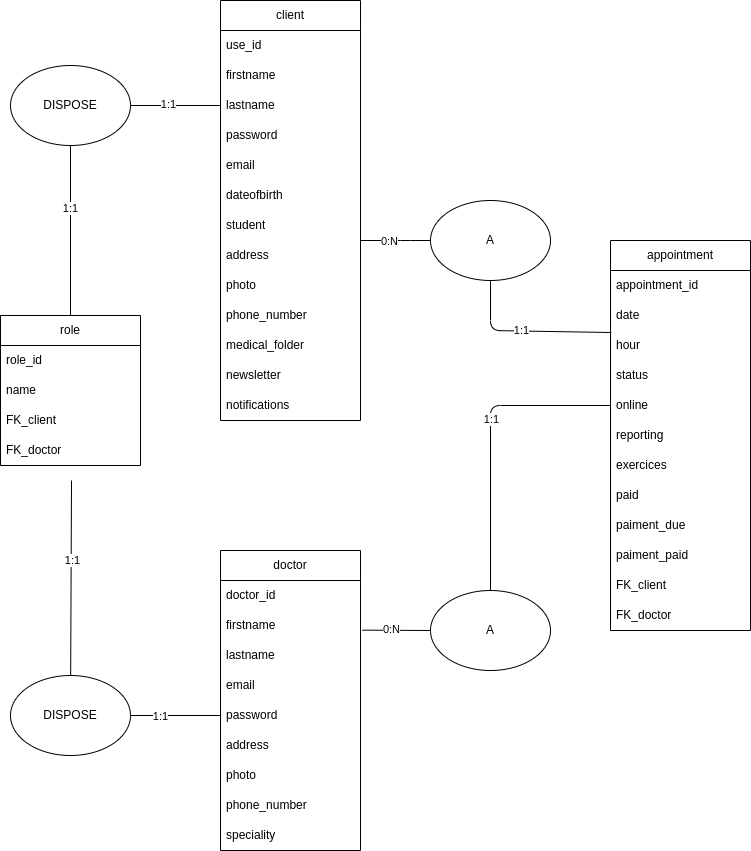
AlexSearha/KL-sophro-React-Back keeps this draw.io diagram as mld/model logique de données.png. Above is the earlier version. Source tidied: cells renumbered, new cells last; positions are measured from the earlier drawing's top-left corner, leaving out a move shared by most shapes. Source of this version:
```xml
<mxGraphModel>
  <root>
    <mxCell id="0" />
    <mxCell id="1" parent="0" />
    <mxCell id="2" value="client" style="swimlane;fontStyle=0;horizontal=1;startSize=30;whiteSpace=wrap;html=1;" parent="1" vertex="1">
      <mxGeometry x="220" width="140" height="420" as="geometry" />
    </mxCell>
    <mxCell id="3" value="use_id" style="text;strokeColor=none;fillColor=none;align=left;verticalAlign=middle;spacingLeft=4;spacingRight=4;overflow=hidden;whiteSpace=wrap;html=1;" parent="2" vertex="1">
      <mxGeometry y="30" width="140" height="30" as="geometry" />
    </mxCell>
    <mxCell id="4" value="firstname" style="text;strokeColor=none;fillColor=none;align=left;verticalAlign=middle;spacingLeft=4;spacingRight=4;overflow=hidden;whiteSpace=wrap;html=1;" parent="2" vertex="1">
      <mxGeometry y="60" width="140" height="30" as="geometry" />
    </mxCell>
    <mxCell id="5" value="lastname" style="text;strokeColor=none;fillColor=none;align=left;verticalAlign=middle;spacingLeft=4;spacingRight=4;overflow=hidden;points=[[0,0.5],[1,0.5]];portConstraint=eastwest;whiteSpace=wrap;html=1;" parent="2" vertex="1">
      <mxGeometry y="90" width="140" height="30" as="geometry" />
    </mxCell>
    <mxCell id="6" value="password" style="text;strokeColor=none;fillColor=none;align=left;verticalAlign=middle;spacingLeft=4;spacingRight=4;overflow=hidden;whiteSpace=wrap;html=1;" parent="2" vertex="1">
      <mxGeometry y="120" width="140" height="30" as="geometry" />
    </mxCell>
    <mxCell id="7" value="email" style="text;strokeColor=none;fillColor=none;align=left;verticalAlign=middle;spacingLeft=4;spacingRight=4;overflow=hidden;whiteSpace=wrap;html=1;" parent="2" vertex="1">
      <mxGeometry y="150" width="140" height="30" as="geometry" />
    </mxCell>
    <mxCell id="8" value="dateofbirth" style="text;strokeColor=none;fillColor=none;align=left;verticalAlign=middle;spacingLeft=4;spacingRight=4;overflow=hidden;whiteSpace=wrap;html=1;" parent="2" vertex="1">
      <mxGeometry y="180" width="140" height="30" as="geometry" />
    </mxCell>
    <mxCell id="9" value="student" style="text;strokeColor=none;fillColor=none;align=left;verticalAlign=middle;spacingLeft=4;spacingRight=4;overflow=hidden;whiteSpace=wrap;html=1;" parent="2" vertex="1">
      <mxGeometry y="210" width="140" height="30" as="geometry" />
    </mxCell>
    <mxCell id="10" value="address" style="text;strokeColor=none;fillColor=none;align=left;verticalAlign=middle;spacingLeft=4;spacingRight=4;overflow=hidden;points=[[0,0.5],[1,0.5]];portConstraint=eastwest;whiteSpace=wrap;html=1;" parent="2" vertex="1">
      <mxGeometry y="240" width="140" height="30" as="geometry" />
    </mxCell>
    <mxCell id="11" value="photo" style="text;strokeColor=none;fillColor=none;align=left;verticalAlign=middle;spacingLeft=4;spacingRight=4;overflow=hidden;whiteSpace=wrap;html=1;" parent="2" vertex="1">
      <mxGeometry y="270" width="140" height="30" as="geometry" />
    </mxCell>
    <mxCell id="12" value="phone_number" style="text;strokeColor=none;fillColor=none;align=left;verticalAlign=middle;spacingLeft=4;spacingRight=4;overflow=hidden;whiteSpace=wrap;html=1;" parent="2" vertex="1">
      <mxGeometry y="300" width="140" height="30" as="geometry" />
    </mxCell>
    <mxCell id="13" value="medical_folder" style="text;strokeColor=none;fillColor=none;align=left;verticalAlign=middle;spacingLeft=4;spacingRight=4;overflow=hidden;whiteSpace=wrap;html=1;" parent="2" vertex="1">
      <mxGeometry y="330" width="140" height="30" as="geometry" />
    </mxCell>
    <mxCell id="14" value="newsletter" style="text;strokeColor=none;fillColor=none;align=left;verticalAlign=middle;spacingLeft=4;spacingRight=4;overflow=hidden;whiteSpace=wrap;html=1;" parent="2" vertex="1">
      <mxGeometry y="360" width="140" height="30" as="geometry" />
    </mxCell>
    <mxCell id="15" value="notifications" style="text;strokeColor=none;fillColor=none;align=left;verticalAlign=middle;spacingLeft=4;spacingRight=4;overflow=hidden;whiteSpace=wrap;html=1;" parent="2" vertex="1">
      <mxGeometry y="390" width="140" height="30" as="geometry" />
    </mxCell>
    <mxCell id="16" value="doctor" style="swimlane;fontStyle=0;horizontal=1;startSize=30;whiteSpace=wrap;html=1;" parent="1" vertex="1">
      <mxGeometry x="220" y="550" width="140" height="300" as="geometry" />
    </mxCell>
    <mxCell id="17" value="doctor_id" style="text;strokeColor=none;fillColor=none;align=left;verticalAlign=middle;spacingLeft=4;spacingRight=4;overflow=hidden;whiteSpace=wrap;html=1;" parent="16" vertex="1">
      <mxGeometry y="30" width="140" height="30" as="geometry" />
    </mxCell>
    <mxCell id="18" value="firstname" style="text;strokeColor=none;fillColor=none;align=left;verticalAlign=middle;spacingLeft=4;spacingRight=4;overflow=hidden;points=[[0,0.5],[1,0.5]];portConstraint=eastwest;whiteSpace=wrap;html=1;" parent="16" vertex="1">
      <mxGeometry y="60" width="140" height="30" as="geometry" />
    </mxCell>
    <mxCell id="19" value="lastname" style="text;strokeColor=none;fillColor=none;align=left;verticalAlign=middle;spacingLeft=4;spacingRight=4;overflow=hidden;whiteSpace=wrap;html=1;" parent="16" vertex="1">
      <mxGeometry y="90" width="140" height="30" as="geometry" />
    </mxCell>
    <mxCell id="20" value="email" style="text;strokeColor=none;fillColor=none;align=left;verticalAlign=middle;spacingLeft=4;spacingRight=4;overflow=hidden;whiteSpace=wrap;html=1;" parent="16" vertex="1">
      <mxGeometry y="120" width="140" height="30" as="geometry" />
    </mxCell>
    <mxCell id="21" value="password" style="text;strokeColor=none;fillColor=none;align=left;verticalAlign=middle;spacingLeft=4;spacingRight=4;overflow=hidden;points=[[0,0.5],[1,0.5]];portConstraint=eastwest;whiteSpace=wrap;html=1;" parent="16" vertex="1">
      <mxGeometry y="150" width="140" height="30" as="geometry" />
    </mxCell>
    <mxCell id="22" value="address" style="text;strokeColor=none;fillColor=none;align=left;verticalAlign=middle;spacingLeft=4;spacingRight=4;overflow=hidden;whiteSpace=wrap;html=1;" parent="16" vertex="1">
      <mxGeometry y="180" width="140" height="30" as="geometry" />
    </mxCell>
    <mxCell id="23" value="photo" style="text;strokeColor=none;fillColor=none;align=left;verticalAlign=middle;spacingLeft=4;spacingRight=4;overflow=hidden;whiteSpace=wrap;html=1;" parent="16" vertex="1">
      <mxGeometry y="210" width="140" height="30" as="geometry" />
    </mxCell>
    <mxCell id="24" value="phone_number" style="text;strokeColor=none;fillColor=none;align=left;verticalAlign=middle;spacingLeft=4;spacingRight=4;overflow=hidden;whiteSpace=wrap;html=1;" parent="16" vertex="1">
      <mxGeometry y="240" width="140" height="30" as="geometry" />
    </mxCell>
    <mxCell id="25" value="speciality" style="text;strokeColor=none;fillColor=none;align=left;verticalAlign=middle;spacingLeft=4;spacingRight=4;overflow=hidden;whiteSpace=wrap;html=1;" parent="16" vertex="1">
      <mxGeometry y="270" width="140" height="30" as="geometry" />
    </mxCell>
    <mxCell id="26" value="appointment" style="swimlane;fontStyle=0;horizontal=1;startSize=30;whiteSpace=wrap;html=1;" parent="1" vertex="1">
      <mxGeometry x="610" y="240" width="140" height="390" as="geometry" />
    </mxCell>
    <mxCell id="27" value="appointment_id" style="text;strokeColor=none;fillColor=none;align=left;verticalAlign=middle;spacingLeft=4;spacingRight=4;overflow=hidden;whiteSpace=wrap;html=1;" parent="26" vertex="1">
      <mxGeometry y="30" width="140" height="30" as="geometry" />
    </mxCell>
    <mxCell id="28" value="date" style="text;strokeColor=none;fillColor=none;align=left;verticalAlign=middle;spacingLeft=4;spacingRight=4;overflow=hidden;whiteSpace=wrap;html=1;" parent="26" vertex="1">
      <mxGeometry y="60" width="140" height="30" as="geometry" />
    </mxCell>
    <mxCell id="29" value="hour" style="text;strokeColor=none;fillColor=none;align=left;verticalAlign=middle;spacingLeft=4;spacingRight=4;overflow=hidden;points=[[0,0.5],[1,0.5]];portConstraint=eastwest;whiteSpace=wrap;html=1;" parent="26" vertex="1">
      <mxGeometry y="90" width="140" height="30" as="geometry" />
    </mxCell>
    <mxCell id="30" value="status" style="text;strokeColor=none;fillColor=none;align=left;verticalAlign=middle;spacingLeft=4;spacingRight=4;overflow=hidden;whiteSpace=wrap;html=1;" parent="26" vertex="1">
      <mxGeometry y="120" width="140" height="30" as="geometry" />
    </mxCell>
    <mxCell id="31" value="online" style="text;strokeColor=none;fillColor=none;align=left;verticalAlign=middle;spacingLeft=4;spacingRight=4;overflow=hidden;points=[[0,0.5],[1,0.5]];portConstraint=eastwest;whiteSpace=wrap;html=1;" parent="26" vertex="1">
      <mxGeometry y="150" width="140" height="30" as="geometry" />
    </mxCell>
    <mxCell id="32" value="reporting" style="text;strokeColor=none;fillColor=none;align=left;verticalAlign=middle;spacingLeft=4;spacingRight=4;overflow=hidden;whiteSpace=wrap;html=1;" parent="26" vertex="1">
      <mxGeometry y="180" width="140" height="30" as="geometry" />
    </mxCell>
    <mxCell id="33" value="exercices" style="text;strokeColor=none;fillColor=none;align=left;verticalAlign=middle;spacingLeft=4;spacingRight=4;overflow=hidden;whiteSpace=wrap;html=1;" parent="26" vertex="1">
      <mxGeometry y="210" width="140" height="30" as="geometry" />
    </mxCell>
    <mxCell id="34" value="paid" style="text;strokeColor=none;fillColor=none;align=left;verticalAlign=middle;spacingLeft=4;spacingRight=4;overflow=hidden;whiteSpace=wrap;html=1;" parent="26" vertex="1">
      <mxGeometry y="240" width="140" height="30" as="geometry" />
    </mxCell>
    <mxCell id="35" value="paiment_due" style="text;strokeColor=none;fillColor=none;align=left;verticalAlign=middle;spacingLeft=4;spacingRight=4;overflow=hidden;whiteSpace=wrap;html=1;" parent="26" vertex="1">
      <mxGeometry y="270" width="140" height="30" as="geometry" />
    </mxCell>
    <mxCell id="36" value="paiment_paid" style="text;strokeColor=none;fillColor=none;align=left;verticalAlign=middle;spacingLeft=4;spacingRight=4;overflow=hidden;whiteSpace=wrap;html=1;" parent="26" vertex="1">
      <mxGeometry y="300" width="140" height="30" as="geometry" />
    </mxCell>
    <mxCell id="37" value="FK_client" style="text;strokeColor=none;fillColor=none;align=left;verticalAlign=middle;spacingLeft=4;spacingRight=4;overflow=hidden;whiteSpace=wrap;html=1;" parent="26" vertex="1">
      <mxGeometry y="330" width="140" height="30" as="geometry" />
    </mxCell>
    <mxCell id="38" value="FK_doctor" style="text;strokeColor=none;fillColor=none;align=left;verticalAlign=middle;spacingLeft=4;spacingRight=4;overflow=hidden;whiteSpace=wrap;html=1;" parent="26" vertex="1">
      <mxGeometry y="360" width="140" height="30" as="geometry" />
    </mxCell>
    <mxCell id="39" value="role" style="swimlane;fontStyle=0;horizontal=1;startSize=30;whiteSpace=wrap;html=1;" parent="1" vertex="1">
      <mxGeometry y="315" width="140" height="150" as="geometry" />
    </mxCell>
    <mxCell id="40" value="role_id" style="text;strokeColor=none;fillColor=none;align=left;verticalAlign=middle;spacingLeft=4;spacingRight=4;overflow=hidden;whiteSpace=wrap;html=1;" parent="39" vertex="1">
      <mxGeometry y="30" width="140" height="30" as="geometry" />
    </mxCell>
    <mxCell id="41" value="name" style="text;strokeColor=none;fillColor=none;align=left;verticalAlign=middle;spacingLeft=4;spacingRight=4;overflow=hidden;whiteSpace=wrap;html=1;" parent="39" vertex="1">
      <mxGeometry y="60" width="140" height="30" as="geometry" />
    </mxCell>
    <mxCell id="42" value="FK_client" style="text;strokeColor=none;fillColor=none;align=left;verticalAlign=middle;spacingLeft=4;spacingRight=4;overflow=hidden;whiteSpace=wrap;html=1;" parent="39" vertex="1">
      <mxGeometry y="90" width="140" height="30" as="geometry" />
    </mxCell>
    <mxCell id="43" value="FK_doctor" style="text;strokeColor=none;fillColor=none;align=left;verticalAlign=middle;spacingLeft=4;spacingRight=4;overflow=hidden;points=[[0,0.5],[1,0.5]];portConstraint=eastwest;whiteSpace=wrap;html=1;" parent="39" vertex="1">
      <mxGeometry y="120" width="140" height="30" as="geometry" />
    </mxCell>
    <mxCell id="44" style="edgeStyle=none;html=1;endArrow=none;endFill=0;entryX=0.007;entryY=0.067;entryDx=0;entryDy=0;entryPerimeter=0;" parent="1" edge="1" source="46" target="29">
      <mxGeometry relative="1" as="geometry">
        <Array as="points">
          <mxPoint x="490" y="330" />
        </Array>
      </mxGeometry>
    </mxCell>
    <mxCell id="45" value="1:1" style="edgeLabel;html=1;align=center;verticalAlign=middle;" parent="44" vertex="1">
      <mxGeometry x="-0.06" y="1" relative="1" as="geometry" />
    </mxCell>
    <mxCell id="46" value="A" style="ellipse;whiteSpace=wrap;html=1;" parent="1" vertex="1">
      <mxGeometry x="430" y="200" width="120" height="80" as="geometry" />
    </mxCell>
    <mxCell id="47" style="edgeStyle=none;html=1;entryX=1.013;entryY=0.655;entryDx=0;entryDy=0;entryPerimeter=0;endArrow=none;endFill=0;" parent="1" edge="1" source="51" target="18">
      <mxGeometry relative="1" as="geometry" />
    </mxCell>
    <mxCell id="48" value="0:N" style="edgeLabel;html=1;align=center;verticalAlign=middle;" parent="47" vertex="1">
      <mxGeometry x="0.17" y="-1" relative="1" as="geometry" />
    </mxCell>
    <mxCell id="49" style="edgeStyle=none;html=1;endArrow=none;endFill=0;entryX=0;entryY=0.5;entryDx=0;entryDy=0;" parent="1" edge="1" source="51" target="31">
      <mxGeometry relative="1" as="geometry">
        <Array as="points">
          <mxPoint x="490" y="405" />
        </Array>
      </mxGeometry>
    </mxCell>
    <mxCell id="50" value="1:1" style="edgeLabel;html=1;align=center;verticalAlign=middle;" parent="49" vertex="1">
      <mxGeometry x="0.13" relative="1" as="geometry" />
    </mxCell>
    <mxCell id="51" value="A" style="ellipse;whiteSpace=wrap;html=1;" parent="1" vertex="1">
      <mxGeometry x="430" y="590" width="120" height="80" as="geometry" />
    </mxCell>
    <mxCell id="52" style="edgeStyle=none;html=1;entryX=0;entryY=0.5;entryDx=0;entryDy=0;exitX=1;exitY=0;exitDx=0;exitDy=0;exitPerimeter=0;endArrow=none;endFill=0;" parent="1" edge="1" source="10" target="46">
      <mxGeometry relative="1" as="geometry">
        <Array as="points">
          <mxPoint x="400" y="240" />
        </Array>
      </mxGeometry>
    </mxCell>
    <mxCell id="53" value="0:N" style="edgeLabel;html=1;align=center;verticalAlign=middle;" parent="52" vertex="1">
      <mxGeometry x="-0.2" relative="1" as="geometry" />
    </mxCell>
    <mxCell id="54" style="edgeStyle=none;html=1;endArrow=none;endFill=0;entryX=0;entryY=0.5;entryDx=0;entryDy=0;" parent="1" edge="1" source="58" target="5">
      <mxGeometry relative="1" as="geometry" />
    </mxCell>
    <mxCell id="55" value="1:1" style="edgeLabel;html=1;align=center;verticalAlign=middle;" parent="54" vertex="1">
      <mxGeometry x="-0.18" y="2" relative="1" as="geometry" />
    </mxCell>
    <mxCell id="56" style="edgeStyle=none;html=1;entryX=0.5;entryY=0;entryDx=0;entryDy=0;endArrow=none;endFill=0;" parent="1" edge="1" source="58" target="39">
      <mxGeometry relative="1" as="geometry" />
    </mxCell>
    <mxCell id="57" value="1:1" style="edgeLabel;html=1;align=center;verticalAlign=middle;" parent="56" vertex="1">
      <mxGeometry x="-0.27" y="-1" relative="1" as="geometry" />
    </mxCell>
    <mxCell id="58" value="DISPOSE" style="ellipse;whiteSpace=wrap;html=1;" parent="1" vertex="1">
      <mxGeometry x="10" y="65" width="120" height="80" as="geometry" />
    </mxCell>
    <mxCell id="59" style="edgeStyle=none;html=1;endArrow=none;endFill=0;" parent="1" edge="1" source="63">
      <mxGeometry relative="1" as="geometry">
        <mxPoint x="71" y="480" as="targetPoint" />
      </mxGeometry>
    </mxCell>
    <mxCell id="60" value="1:1" style="edgeLabel;html=1;align=center;verticalAlign=middle;" parent="59" vertex="1">
      <mxGeometry x="0.18" y="-1" relative="1" as="geometry" />
    </mxCell>
    <mxCell id="61" style="edgeStyle=none;html=1;entryX=0;entryY=0.5;entryDx=0;entryDy=0;endArrow=none;endFill=0;" parent="1" edge="1" source="63" target="21">
      <mxGeometry relative="1" as="geometry" />
    </mxCell>
    <mxCell id="62" value="1:1" style="edgeLabel;html=1;align=center;verticalAlign=middle;" parent="61" vertex="1">
      <mxGeometry x="-0.35" relative="1" as="geometry" />
    </mxCell>
    <mxCell id="63" value="DISPOSE" style="ellipse;whiteSpace=wrap;html=1;" parent="1" vertex="1">
      <mxGeometry x="10" y="675" width="120" height="80" as="geometry" />
    </mxCell>
  </root>
</mxGraphModel>
```
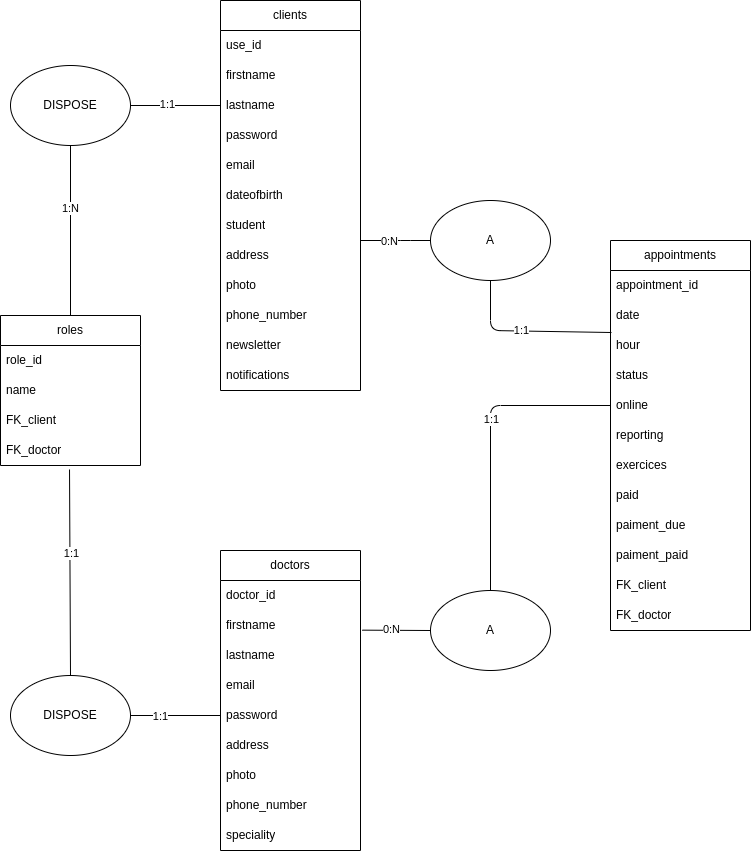
The same file after the commit.

What changed in the source:
```diff
@@ -2,8 +2,8 @@
   <root>
     <mxCell id="0" />
     <mxCell id="1" parent="0" />
-    <mxCell id="2" value="client" style="swimlane;fontStyle=0;horizontal=1;startSize=30;whiteSpace=wrap;html=1;" parent="1" vertex="1">
-      <mxGeometry x="220" width="140" height="420" as="geometry" />
+    <mxCell id="2" value="clients" style="swimlane;fontStyle=0;horizontal=1;startSize=30;whiteSpace=wrap;html=1;" parent="1" vertex="1">
+      <mxGeometry x="220" width="140" height="390" as="geometry" />
     </mxCell>
     <mxCell id="3" value="use_id" style="text;strokeColor=none;fillColor=none;align=left;verticalAlign=middle;spacingLeft=4;spacingRight=4;overflow=hidden;whiteSpace=wrap;html=1;" parent="2" vertex="1">
       <mxGeometry y="30" width="140" height="30" as="geometry" />
@@ -35,16 +35,13 @@
     <mxCell id="12" value="phone_number" style="text;strokeColor=none;fillColor=none;align=left;verticalAlign=middle;spacingLeft=4;spacingRight=4;overflow=hidden;whiteSpace=wrap;html=1;" parent="2" vertex="1">
       <mxGeometry y="300" width="140" height="30" as="geometry" />
     </mxCell>
-    <mxCell id="13" value="medical_folder" style="text;strokeColor=none;fillColor=none;align=left;verticalAlign=middle;spacingLeft=4;spacingRight=4;overflow=hidden;whiteSpace=wrap;html=1;" parent="2" vertex="1">
-      <mxGeometry y="330" width="140" height="30" as="geometry" />
-    </mxCell>
     <mxCell id="14" value="newsletter" style="text;strokeColor=none;fillColor=none;align=left;verticalAlign=middle;spacingLeft=4;spacingRight=4;overflow=hidden;whiteSpace=wrap;html=1;" parent="2" vertex="1">
-      <mxGeometry y="360" width="140" height="30" as="geometry" />
+      <mxGeometry y="330" width="140" height="30" as="geometry" />
     </mxCell>
     <mxCell id="15" value="notifications" style="text;strokeColor=none;fillColor=none;align=left;verticalAlign=middle;spacingLeft=4;spacingRight=4;overflow=hidden;whiteSpace=wrap;html=1;" parent="2" vertex="1">
-      <mxGeometry y="390" width="140" height="30" as="geometry" />
+      <mxGeometry y="360" width="140" height="30" as="geometry" />
     </mxCell>
-    <mxCell id="16" value="doctor" style="swimlane;fontStyle=0;horizontal=1;startSize=30;whiteSpace=wrap;html=1;" parent="1" vertex="1">
+    <mxCell id="16" value="doctors" style="swimlane;fontStyle=0;horizontal=1;startSize=30;whiteSpace=wrap;html=1;" parent="1" vertex="1">
       <mxGeometry x="220" y="550" width="140" height="300" as="geometry" />
     </mxCell>
     <mxCell id="17" value="doctor_id" style="text;strokeColor=none;fillColor=none;align=left;verticalAlign=middle;spacingLeft=4;spacingRight=4;overflow=hidden;whiteSpace=wrap;html=1;" parent="16" vertex="1">
@@ -74,7 +71,7 @@
     <mxCell id="25" value="speciality" style="text;strokeColor=none;fillColor=none;align=left;verticalAlign=middle;spacingLeft=4;spacingRight=4;overflow=hidden;whiteSpace=wrap;html=1;" parent="16" vertex="1">
       <mxGeometry y="270" width="140" height="30" as="geometry" />
     </mxCell>
-    <mxCell id="26" value="appointment" style="swimlane;fontStyle=0;horizontal=1;startSize=30;whiteSpace=wrap;html=1;" parent="1" vertex="1">
+    <mxCell id="26" value="appointments" style="swimlane;fontStyle=0;horizontal=1;startSize=30;whiteSpace=wrap;html=1;" parent="1" vertex="1">
       <mxGeometry x="610" y="240" width="140" height="390" as="geometry" />
     </mxCell>
     <mxCell id="27" value="appointment_id" style="text;strokeColor=none;fillColor=none;align=left;verticalAlign=middle;spacingLeft=4;spacingRight=4;overflow=hidden;whiteSpace=wrap;html=1;" parent="26" vertex="1">
@@ -113,7 +110,7 @@
     <mxCell id="38" value="FK_doctor" style="text;strokeColor=none;fillColor=none;align=left;verticalAlign=middle;spacingLeft=4;spacingRight=4;overflow=hidden;whiteSpace=wrap;html=1;" parent="26" vertex="1">
       <mxGeometry y="360" width="140" height="30" as="geometry" />
     </mxCell>
-    <mxCell id="39" value="role" style="swimlane;fontStyle=0;horizontal=1;startSize=30;whiteSpace=wrap;html=1;" parent="1" vertex="1">
+    <mxCell id="39" value="roles" style="swimlane;fontStyle=0;horizontal=1;startSize=30;whiteSpace=wrap;html=1;" parent="1" vertex="1">
       <mxGeometry y="315" width="140" height="150" as="geometry" />
     </mxCell>
     <mxCell id="40" value="role_id" style="text;strokeColor=none;fillColor=none;align=left;verticalAlign=middle;spacingLeft=4;spacingRight=4;overflow=hidden;whiteSpace=wrap;html=1;" parent="39" vertex="1">
@@ -179,16 +176,14 @@
     <mxCell id="56" style="edgeStyle=none;html=1;entryX=0.5;entryY=0;entryDx=0;entryDy=0;endArrow=none;endFill=0;" parent="1" edge="1" source="58" target="39">
       <mxGeometry relative="1" as="geometry" />
     </mxCell>
-    <mxCell id="57" value="1:1" style="edgeLabel;html=1;align=center;verticalAlign=middle;" parent="56" vertex="1">
+    <mxCell id="57" value="1:N" style="edgeLabel;html=1;align=center;verticalAlign=middle;" parent="56" vertex="1">
       <mxGeometry x="-0.27" y="-1" relative="1" as="geometry" />
     </mxCell>
     <mxCell id="58" value="DISPOSE" style="ellipse;whiteSpace=wrap;html=1;" parent="1" vertex="1">
       <mxGeometry x="10" y="65" width="120" height="80" as="geometry" />
     </mxCell>
-    <mxCell id="59" style="edgeStyle=none;html=1;endArrow=none;endFill=0;" parent="1" edge="1" source="63">
-      <mxGeometry relative="1" as="geometry">
-        <mxPoint x="71" y="480" as="targetPoint" />
-      </mxGeometry>
+    <mxCell id="59" style="edgeStyle=none;html=1;endArrow=none;endFill=0;entryX=0.493;entryY=1.133;entryDx=0;entryDy=0;entryPerimeter=0;" parent="1" edge="1" source="63" target="43">
+      <mxGeometry relative="1" as="geometry" />
     </mxCell>
     <mxCell id="60" value="1:1" style="edgeLabel;html=1;align=center;verticalAlign=middle;" parent="59" vertex="1">
       <mxGeometry x="0.18" y="-1" relative="1" as="geometry" />
```
